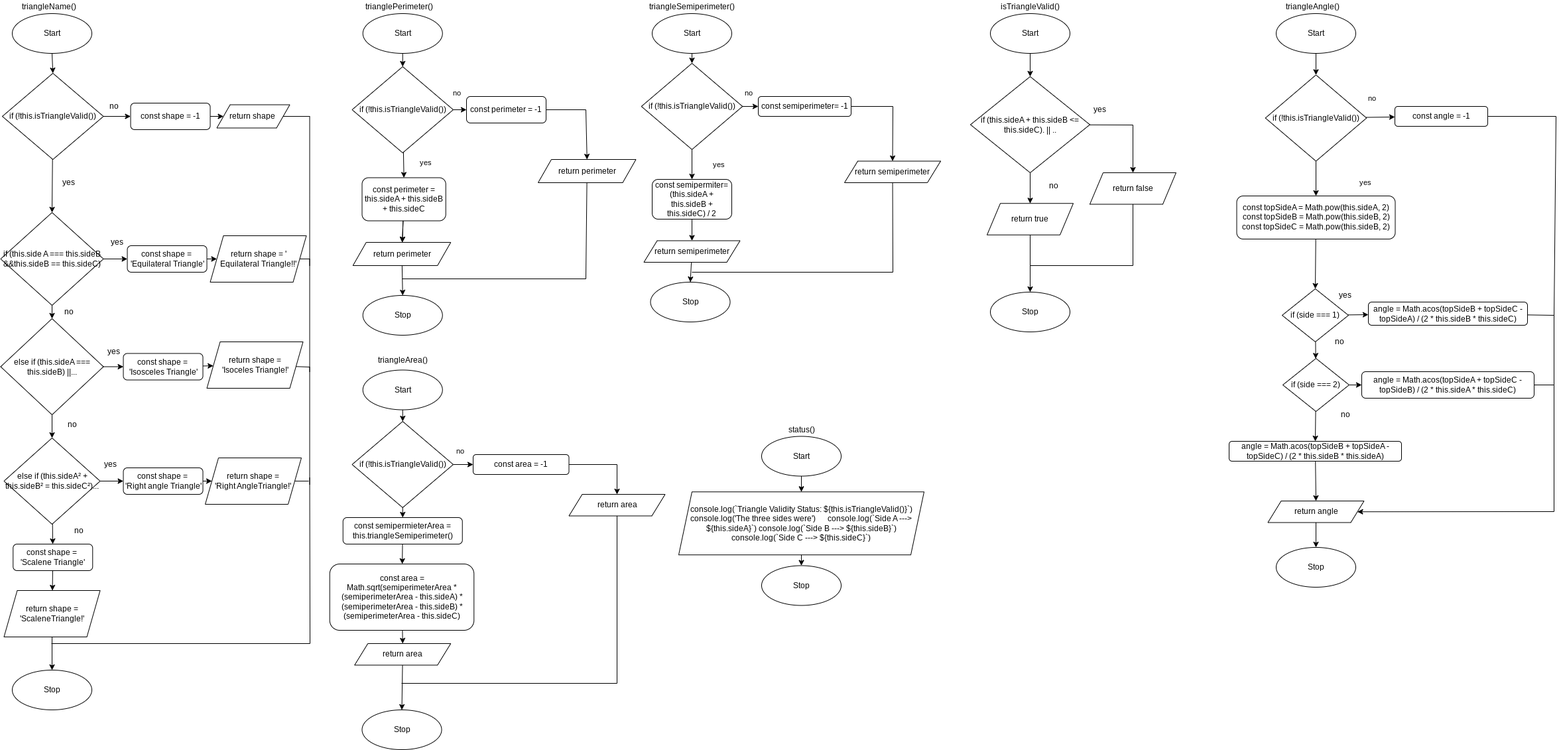
The draw.io diagram Drawio/Flowchart.png in JacksonNaufal/ics4u-assignment-3-typescript, before a commit. Source tidied: cells renumbered, new cells last; positions are measured from the earlier drawing's top-left corner, leaving out a move shared by most shapes.
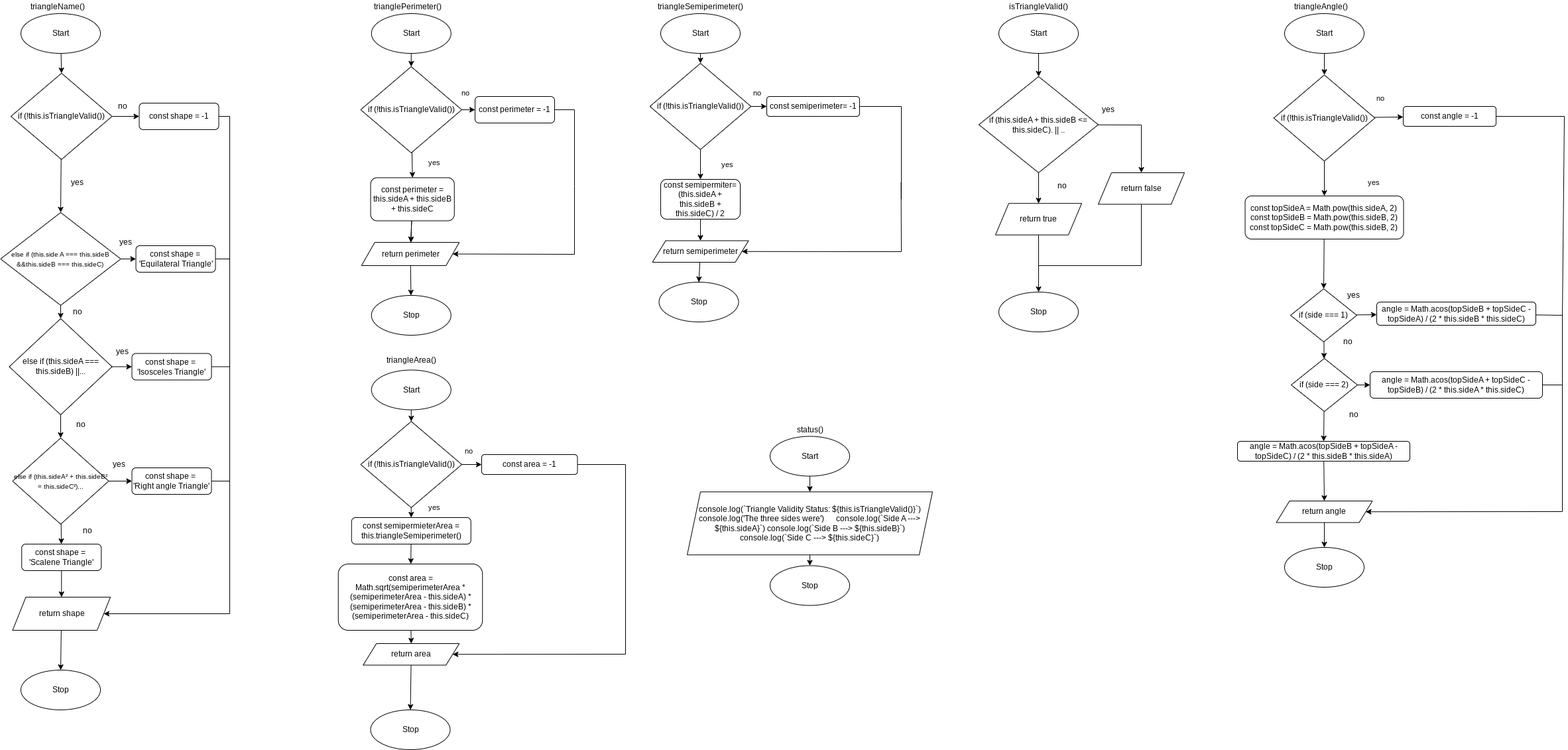
Later version of the same file.

Change to the diagram source:
```diff
@@ -32,8 +32,8 @@
     <mxCell id="11" style="edgeStyle=none;rounded=0;html=1;endArrow=classic;endFill=1;" parent="1" edge="1" source="12" target="106">
       <mxGeometry relative="1" as="geometry" />
     </mxCell>
-    <mxCell id="12" value="if (this.side A === this.sideB &amp;amp;&amp;amp;this.sideB == this.sideC)" style="rhombus;whiteSpace=wrap;html=1;" parent="1" vertex="1">
-      <mxGeometry x="-0.5" y="320" width="155" height="140" as="geometry" />
+    <mxCell id="12" value="&lt;font style=&quot;font-size: 10px&quot;&gt;else if (this.side A === this.sideB &amp;amp;&amp;amp;this.sideB === this.sideC)&lt;/font&gt;" style="rhombus;whiteSpace=wrap;html=1;" parent="1" vertex="1">
+      <mxGeometry x="-13.6" y="320" width="181.2" height="140" as="geometry" />
     </mxCell>
     <mxCell id="13" style="edgeStyle=none;html=1;" parent="1" edge="1" source="15" target="18">
       <mxGeometry relative="1" as="geometry" />
@@ -50,7 +50,7 @@
     <mxCell id="17" style="edgeStyle=none;rounded=0;html=1;fontSize=11;endArrow=classic;endFill=1;" parent="1" edge="1" source="18" target="112">
       <mxGeometry relative="1" as="geometry" />
     </mxCell>
-    <mxCell id="18" value="&lt;span&gt;else if (this.sideA² + this.sideB² = this.sideC²)...&lt;/span&gt;" style="rhombus;whiteSpace=wrap;html=1;" parent="1" vertex="1">
+    <mxCell id="18" value="&lt;span&gt;&lt;font style=&quot;font-size: 10px&quot;&gt;else if (this.sideA² + this.sideB² = this.sideC²)...&lt;/font&gt;&lt;/span&gt;" style="rhombus;whiteSpace=wrap;html=1;" parent="1" vertex="1">
       <mxGeometry x="4.5" y="660" width="145" height="130" as="geometry" />
     </mxCell>
     <mxCell id="19" value="no" style="text;html=1;align=center;verticalAlign=middle;strokeColor=none;fillColor=none;" parent="1" vertex="1">
@@ -65,8 +65,8 @@
     <mxCell id="22" style="edgeStyle=none;html=1;entryX=0.5;entryY=0;entryDx=0;entryDy=0;" parent="1" edge="1" source="23" target="4">
       <mxGeometry relative="1" as="geometry" />
     </mxCell>
-    <mxCell id="23" value="return shape = 'ScaleneTriangle!'" style="shape=parallelogram;perimeter=parallelogramPerimeter;whiteSpace=wrap;html=1;fixedSize=1;" parent="1" vertex="1">
-      <mxGeometry x="4.5" y="890" width="145" height="70" as="geometry" />
+    <mxCell id="23" value="return shape" style="shape=parallelogram;perimeter=parallelogramPerimeter;whiteSpace=wrap;html=1;fixedSize=1;" parent="1" vertex="1">
+      <mxGeometry x="4.5" y="900" width="147.5" height="50" as="geometry" />
     </mxCell>
     <mxCell id="24" value="yes" style="text;html=1;align=center;verticalAlign=middle;strokeColor=none;fillColor=none;" parent="1" vertex="1">
       <mxGeometry x="159.5" y="355" width="30" height="20" as="geometry" />
@@ -77,45 +77,6 @@
     <mxCell id="26" value="yes" style="text;html=1;align=center;verticalAlign=middle;strokeColor=none;fillColor=none;" parent="1" vertex="1">
       <mxGeometry x="149.5" y="690" width="30" height="20" as="geometry" />
     </mxCell>
-    <mxCell id="27" style="edgeStyle=none;html=1;rounded=0;endArrow=none;endFill=0;" parent="1" edge="1" source="28">
-      <mxGeometry relative="1" as="geometry">
-        <mxPoint x="465.5" y="560" as="targetPoint" />
-        <Array as="points">
-          <mxPoint x="465.5" y="390" />
-        </Array>
-      </mxGeometry>
-    </mxCell>
-    <mxCell id="28" value="return shape = '&lt;br&gt;Equilateral Triangle!!'" style="shape=parallelogram;perimeter=parallelogramPerimeter;whiteSpace=wrap;html=1;fixedSize=1;" parent="1" vertex="1">
-      <mxGeometry x="315.5" y="355" width="145" height="70" as="geometry" />
-    </mxCell>
-    <mxCell id="29" style="edgeStyle=none;html=1;rounded=0;endArrow=none;endFill=0;" parent="1" edge="1" source="30">
-      <mxGeometry relative="1" as="geometry">
-        <mxPoint x="465.5" y="730" as="targetPoint" />
-        <Array as="points">
-          <mxPoint x="465.5" y="553" />
-        </Array>
-      </mxGeometry>
-    </mxCell>
-    <mxCell id="30" value="return shape = &lt;br&gt;'Isoceles Triangle!'" style="shape=parallelogram;perimeter=parallelogramPerimeter;whiteSpace=wrap;html=1;fixedSize=1;" parent="1" vertex="1">
-      <mxGeometry x="310.5" y="515" width="145" height="70" as="geometry" />
-    </mxCell>
-    <mxCell id="31" style="edgeStyle=none;rounded=0;html=1;fontSize=11;endArrow=none;endFill=0;" parent="1" edge="1">
-      <mxGeometry relative="1" as="geometry">
-        <mxPoint x="465.5" y="720" as="sourcePoint" />
-        <mxPoint x="76" y="970" as="targetPoint" />
-        <Array as="points">
-          <mxPoint x="466" y="970" />
-        </Array>
-      </mxGeometry>
-    </mxCell>
-    <mxCell id="32" style="edgeStyle=none;rounded=0;html=1;fontSize=11;endArrow=none;endFill=0;" parent="1" edge="1" source="33">
-      <mxGeometry relative="1" as="geometry">
-        <mxPoint x="464" y="725" as="targetPoint" />
-      </mxGeometry>
-    </mxCell>
-    <mxCell id="33" value="return shape = &lt;br&gt;'Right AngleTriangle!'" style="shape=parallelogram;perimeter=parallelogramPerimeter;whiteSpace=wrap;html=1;fixedSize=1;" parent="1" vertex="1">
-      <mxGeometry x="308" y="690" width="145" height="70" as="geometry" />
-    </mxCell>
     <mxCell id="34" style="edgeStyle=none;rounded=0;html=1;fontSize=11;endArrow=classic;endFill=1;" parent="1" edge="1" source="35" target="116">
       <mxGeometry relative="1" as="geometry" />
     </mxCell>
@@ -336,38 +297,41 @@
     <mxCell id="100" value="yes" style="text;html=1;align=center;verticalAlign=middle;strokeColor=none;fillColor=none;" parent="1" vertex="1">
       <mxGeometry x="87" y="265" width="30" height="20" as="geometry" />
     </mxCell>
-    <mxCell id="101" style="edgeStyle=none;html=1;entryX=0;entryY=0.5;entryDx=0;entryDy=0;endArrow=classic;endFill=1;" parent="1" edge="1" source="102" target="104">
-      <mxGeometry relative="1" as="geometry" />
-    </mxCell>
+    <mxCell id="149" style="edgeStyle=none;rounded=0;html=1;endArrow=none;endFill=0;" parent="1" edge="1" source="102">
+      <mxGeometry relative="1" as="geometry">
+        <mxPoint x="332" y="730" as="targetPoint" />
+        <Array as="points">
+          <mxPoint x="332" y="175" />
+        </Array>
+      </mxGeometry>
+    </mxCell>
     <mxCell id="102" value="const shape = -1" style="rounded=1;whiteSpace=wrap;html=1;" parent="1" vertex="1">
       <mxGeometry x="195.5" y="155" width="120" height="40" as="geometry" />
     </mxCell>
-    <mxCell id="103" style="edgeStyle=none;html=1;endArrow=none;endFill=0;rounded=0;" parent="1" edge="1" source="104">
-      <mxGeometry relative="1" as="geometry">
-        <mxPoint x="465.5" y="400" as="targetPoint" />
-        <Array as="points">
-          <mxPoint x="465.5" y="175" />
-        </Array>
-      </mxGeometry>
-    </mxCell>
-    <mxCell id="104" value="return shape&amp;nbsp;" style="shape=parallelogram;perimeter=parallelogramPerimeter;whiteSpace=wrap;html=1;fixedSize=1;" parent="1" vertex="1">
-      <mxGeometry x="325.5" y="157.5" width="110" height="35" as="geometry" />
-    </mxCell>
-    <mxCell id="105" style="edgeStyle=none;rounded=0;html=1;entryX=0;entryY=0.5;entryDx=0;entryDy=0;endArrow=classic;endFill=1;" parent="1" edge="1" source="106" target="28">
-      <mxGeometry relative="1" as="geometry" />
-    </mxCell>
+    <mxCell id="150" style="edgeStyle=none;rounded=0;html=1;endArrow=none;endFill=0;" parent="1" edge="1" source="106">
+      <mxGeometry relative="1" as="geometry">
+        <mxPoint x="332" y="390" as="targetPoint" />
+      </mxGeometry>
+    </mxCell>
     <mxCell id="106" value="const shape =&amp;nbsp;&lt;br&gt;'Equilateral Triangle'" style="rounded=1;whiteSpace=wrap;html=1;" parent="1" vertex="1">
       <mxGeometry x="190.5" y="370" width="120" height="40" as="geometry" />
     </mxCell>
-    <mxCell id="107" style="edgeStyle=none;rounded=0;html=1;endArrow=classic;endFill=1;" parent="1" edge="1" source="108" target="30">
-      <mxGeometry relative="1" as="geometry" />
-    </mxCell>
+    <mxCell id="151" style="edgeStyle=none;rounded=0;html=1;endArrow=none;endFill=0;" parent="1" edge="1" source="108">
+      <mxGeometry relative="1" as="geometry">
+        <mxPoint x="332" y="552.5" as="targetPoint" />
+      </mxGeometry>
+    </mxCell>
     <mxCell id="108" value="const shape =&amp;nbsp;&lt;br&gt;'Isosceles Triangle'" style="rounded=1;whiteSpace=wrap;html=1;" parent="1" vertex="1">
       <mxGeometry x="184.5" y="532.5" width="120" height="40" as="geometry" />
     </mxCell>
-    <mxCell id="109" style="edgeStyle=none;rounded=0;html=1;fontSize=11;endArrow=classic;endFill=1;" parent="1" edge="1" source="110" target="33">
-      <mxGeometry relative="1" as="geometry" />
-    </mxCell>
+    <mxCell id="152" style="edgeStyle=none;html=1;entryX=1;entryY=0.5;entryDx=0;entryDy=0;endArrow=classic;endFill=1;rounded=0;" parent="1" edge="1" source="110" target="23">
+      <mxGeometry relative="1" as="geometry">
+        <Array as="points">
+          <mxPoint x="332" y="725" />
+          <mxPoint x="332" y="925" />
+        </Array>
+      </mxGeometry>
+    </mxCell>
     <mxCell id="110" value="const shape =&amp;nbsp;&lt;br&gt;'Right angle Triangle'" style="rounded=1;whiteSpace=wrap;html=1;" parent="1" vertex="1">
       <mxGeometry x="184.5" y="705" width="120" height="40" as="geometry" />
     </mxCell>
@@ -389,27 +353,25 @@
     <mxCell id="116" value="if (!this.isTriangleValid())" style="rhombus;whiteSpace=wrap;html=1;" parent="1" vertex="1">
       <mxGeometry x="529.5" y="100" width="152.5" height="130" as="geometry" />
     </mxCell>
-    <mxCell id="117" style="edgeStyle=none;rounded=0;html=1;fontSize=11;endArrow=classic;endFill=1;exitX=1;exitY=0.5;exitDx=0;exitDy=0;entryX=0.5;entryY=0;entryDx=0;entryDy=0;" parent="1" edge="1" source="118" target="120">
-      <mxGeometry relative="1" as="geometry">
-        <Array as="points">
-          <mxPoint x="882" y="165" />
-        </Array>
-      </mxGeometry>
-    </mxCell>
+    <mxCell id="153" style="edgeStyle=none;html=1;endArrow=none;endFill=0;rounded=0;" parent="1" edge="1" source="118">
+      <mxGeometry relative="1" as="geometry">
+        <mxPoint x="852" y="280" as="targetPoint" />
+        <Array as="points">
+          <mxPoint x="852" y="165" />
+        </Array>
+      </mxGeometry>
+    </mxCell>
     <mxCell id="118" value="const perimeter = -1" style="rounded=1;whiteSpace=wrap;html=1;" parent="1" vertex="1">
       <mxGeometry x="702" y="145" width="120" height="40" as="geometry" />
     </mxCell>
-    <mxCell id="119" style="edgeStyle=none;rounded=0;html=1;fontSize=11;endArrow=none;endFill=0;" parent="1" edge="1" source="120">
+    <mxCell id="119" style="edgeStyle=none;rounded=0;html=1;fontSize=11;endArrow=classic;endFill=1;entryX=1;entryY=0.5;entryDx=0;entryDy=0;" parent="1" edge="1" target="78">
       <mxGeometry relative="1" as="geometry">
-        <mxPoint x="605" y="420" as="targetPoint" />
+        <mxPoint x="852" y="280" as="sourcePoint" />
         <Array as="points">
-          <mxPoint x="882" y="420" />
+          <mxPoint x="852" y="383" />
         </Array>
       </mxGeometry>
     </mxCell>
-    <mxCell id="120" value="return perimeter" style="shape=parallelogram;perimeter=parallelogramPerimeter;whiteSpace=wrap;html=1;fixedSize=1;" parent="1" vertex="1">
-      <mxGeometry x="810" y="240" width="147.5" height="35" as="geometry" />
-    </mxCell>
     <mxCell id="121" value="no" style="text;html=1;align=center;verticalAlign=middle;strokeColor=none;fillColor=none;fontSize=11;" parent="1" vertex="1">
       <mxGeometry x="672" y="130" width="30" height="20" as="geometry" />
     </mxCell>
@@ -425,8 +387,9 @@
     <mxCell id="125" value="if (!this.isTriangleValid())" style="rhombus;whiteSpace=wrap;html=1;" parent="1" vertex="1">
       <mxGeometry x="965.8" y="95" width="152.5" height="130" as="geometry" />
     </mxCell>
-    <mxCell id="126" style="edgeStyle=none;rounded=0;html=1;entryX=0.5;entryY=0;entryDx=0;entryDy=0;fontSize=11;endArrow=classic;endFill=1;" parent="1" edge="1" source="127" target="129">
+    <mxCell id="126" style="edgeStyle=none;rounded=0;html=1;fontSize=11;endArrow=none;endFill=0;" parent="1" edge="1" source="127">
       <mxGeometry relative="1" as="geometry">
+        <mxPoint x="1345" y="300" as="targetPoint" />
         <Array as="points">
           <mxPoint x="1345" y="160" />
         </Array>
@@ -435,17 +398,14 @@
     <mxCell id="127" value="const semiperimeter= -1" style="rounded=1;whiteSpace=wrap;html=1;" parent="1" vertex="1">
       <mxGeometry x="1142" y="145" width="140" height="30" as="geometry" />
     </mxCell>
-    <mxCell id="128" style="edgeStyle=none;rounded=0;html=1;fontSize=11;endArrow=none;endFill=0;" parent="1" edge="1" source="129">
+    <mxCell id="128" style="edgeStyle=none;rounded=0;html=1;fontSize=11;endArrow=classic;endFill=1;entryX=1;entryY=0.5;entryDx=0;entryDy=0;" parent="1" edge="1" target="80">
       <mxGeometry relative="1" as="geometry">
-        <mxPoint x="1042" y="410" as="targetPoint" />
+        <mxPoint x="1344.6" y="275" as="sourcePoint" />
         <Array as="points">
-          <mxPoint x="1345" y="410" />
+          <mxPoint x="1345" y="379" />
         </Array>
       </mxGeometry>
     </mxCell>
-    <mxCell id="129" value="return semiperimeter" style="shape=parallelogram;perimeter=parallelogramPerimeter;whiteSpace=wrap;html=1;fixedSize=1;" parent="1" vertex="1">
-      <mxGeometry x="1272" y="242.5" width="145" height="32.5" as="geometry" />
-    </mxCell>
     <mxCell id="130" value="no" style="text;html=1;align=center;verticalAlign=middle;strokeColor=none;fillColor=none;fontSize=11;" parent="1" vertex="1">
       <mxGeometry x="1112" y="130" width="30" height="20" as="geometry" />
     </mxCell>
@@ -461,27 +421,26 @@
     <mxCell id="134" value="if (!this.isTriangleValid())" style="rhombus;whiteSpace=wrap;html=1;" parent="1" vertex="1">
       <mxGeometry x="529.5" y="635" width="152.5" height="130" as="geometry" />
     </mxCell>
-    <mxCell id="135" style="edgeStyle=none;rounded=0;html=1;entryX=0.5;entryY=0;entryDx=0;entryDy=0;fontSize=11;endArrow=classic;endFill=1;" parent="1" edge="1" source="136" target="138">
-      <mxGeometry relative="1" as="geometry">
-        <Array as="points">
-          <mxPoint x="929" y="700" />
-        </Array>
-      </mxGeometry>
-    </mxCell>
+    <mxCell id="154" style="edgeStyle=none;rounded=0;html=1;endArrow=none;endFill=0;" parent="1" edge="1">
+      <mxGeometry relative="1" as="geometry">
+        <mxPoint x="853.5" y="700" as="sourcePoint" />
+        <mxPoint x="929" y="780" as="targetPoint" />
+        <Array as="points">
+          <mxPoint x="929" y="700" />
+        </Array>
+      </mxGeometry>
+    </mxCell>
     <mxCell id="136" value="const area = -1" style="rounded=1;whiteSpace=wrap;html=1;" parent="1" vertex="1">
       <mxGeometry x="712" y="685" width="144.5" height="30" as="geometry" />
     </mxCell>
-    <mxCell id="137" style="edgeStyle=none;rounded=0;html=1;fontSize=11;endArrow=none;endFill=0;" parent="1" edge="1" source="138">
+    <mxCell id="137" style="edgeStyle=none;rounded=0;html=1;fontSize=11;endArrow=classic;endFill=1;entryX=1;entryY=0.5;entryDx=0;entryDy=0;" parent="1" edge="1" target="81">
       <mxGeometry relative="1" as="geometry">
-        <mxPoint x="604" y="1030" as="targetPoint" />
+        <mxPoint x="929" y="777.5" as="sourcePoint" />
         <Array as="points">
-          <mxPoint x="929" y="1030" />
+          <mxPoint x="929" y="986" />
         </Array>
       </mxGeometry>
     </mxCell>
-    <mxCell id="138" value="return area" style="shape=parallelogram;perimeter=parallelogramPerimeter;whiteSpace=wrap;html=1;fixedSize=1;" parent="1" vertex="1">
-      <mxGeometry x="856.5" y="745" width="145" height="32.5" as="geometry" />
-    </mxCell>
     <mxCell id="139" value="no" style="text;html=1;align=center;verticalAlign=middle;strokeColor=none;fillColor=none;fontSize=11;" parent="1" vertex="1">
       <mxGeometry x="677" y="670" width="30" height="20" as="geometry" />
     </mxCell>
@@ -517,5 +476,8 @@
     <mxCell id="148" value="const angle = -1" style="rounded=1;whiteSpace=wrap;html=1;" parent="1" vertex="1">
       <mxGeometry x="2102" y="160" width="140" height="30" as="geometry" />
     </mxCell>
+    <mxCell id="155" value="yes" style="text;html=1;align=center;verticalAlign=middle;strokeColor=none;fillColor=none;fontSize=11;" parent="1" vertex="1">
+      <mxGeometry x="624.5" y="755" width="30" height="20" as="geometry" />
+    </mxCell>
   </root>
 </mxGraphModel>
```
